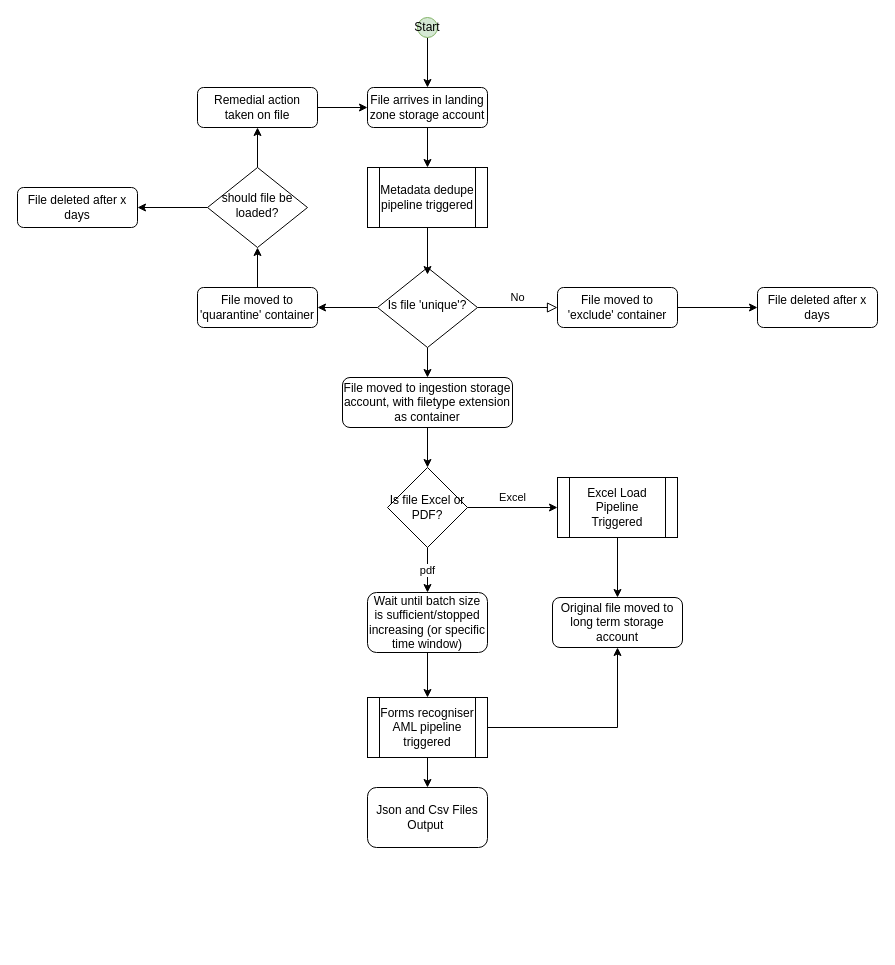
Before: ccmFileFlow.drawio in oliver-wolffe/diagrams, a draw.io diagram. Source tidied: cells renumbered, new cells numbered last; positions are measured from the earlier drawing's top-left corner, leaving out a move shared by most shapes. Both pictures are drawn from the tidied source at 100%, with x=0, y=0 at pixel (17, 17).
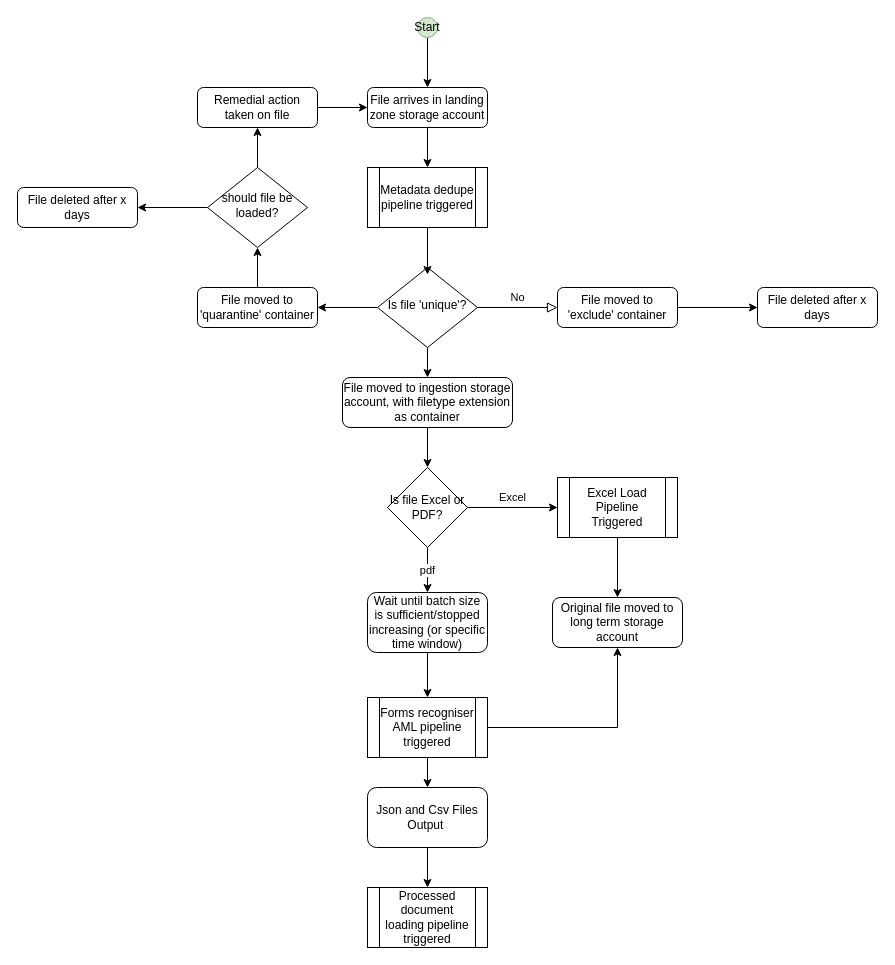
Above is the later version.

The change refers to these unchanged cells:
```xml
<mxCell id="25" value="Json and Csv Files Output&amp;nbsp;" style="rounded=1;whiteSpace=wrap;html=1;fillColor=none;" parent="1" vertex="1">
  <mxGeometry x="350" y="770" width="120" height="60" as="geometry" />
</mxCell>
```

What changed in the source:
```diff
@@
+    <mxCell id="37" style="edgeStyle=orthogonalEdgeStyle;rounded=0;jettySize=auto;html=1;" parent="1" edge="1" source="25" target="38">
+      <mxGeometry relative="1" as="geometry" />
+    </mxCell>
@@
+    <mxCell id="38" value="Processed document loading pipeline triggered" style="shape=process;whiteSpace=wrap;html=1;backgroundOutline=1;" parent="1" vertex="1">
+      <mxGeometry x="350" y="870" width="120" height="60" as="geometry" />
+    </mxCell>
```
